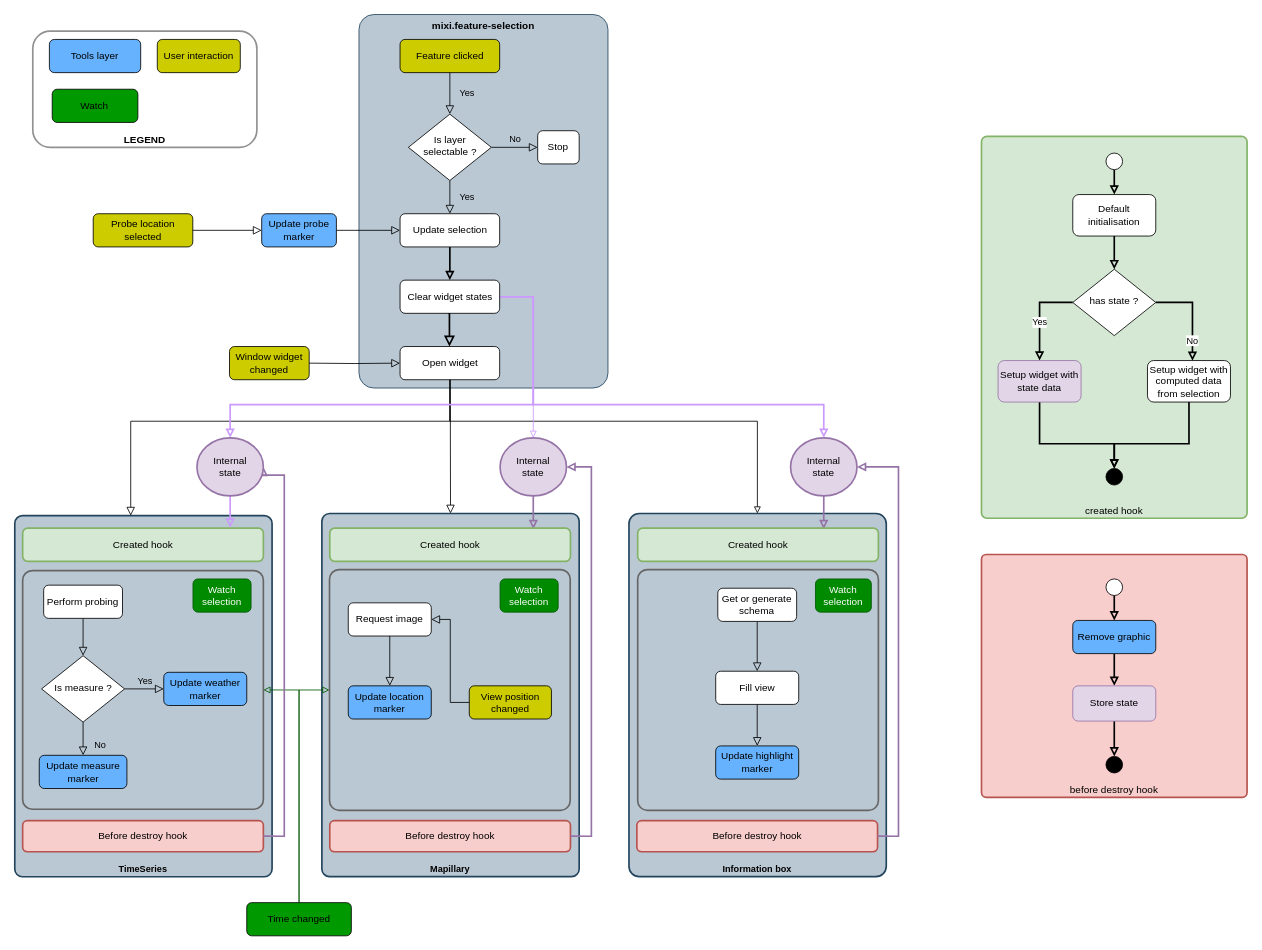
The draw.io diagram page "Version 2" (2 of 2) of docs/assets/Widgets Workflow Diagram.drawio in kalisio/kdk, before the edit. Source tidied: cells renumbered, new cells numbered last; positions are measured from the earlier drawing's top-left corner, leaving out a move shared by most shapes. Both pictures are drawn from the tidied source at 83%, with x=0, y=0 at pixel (14, 14).
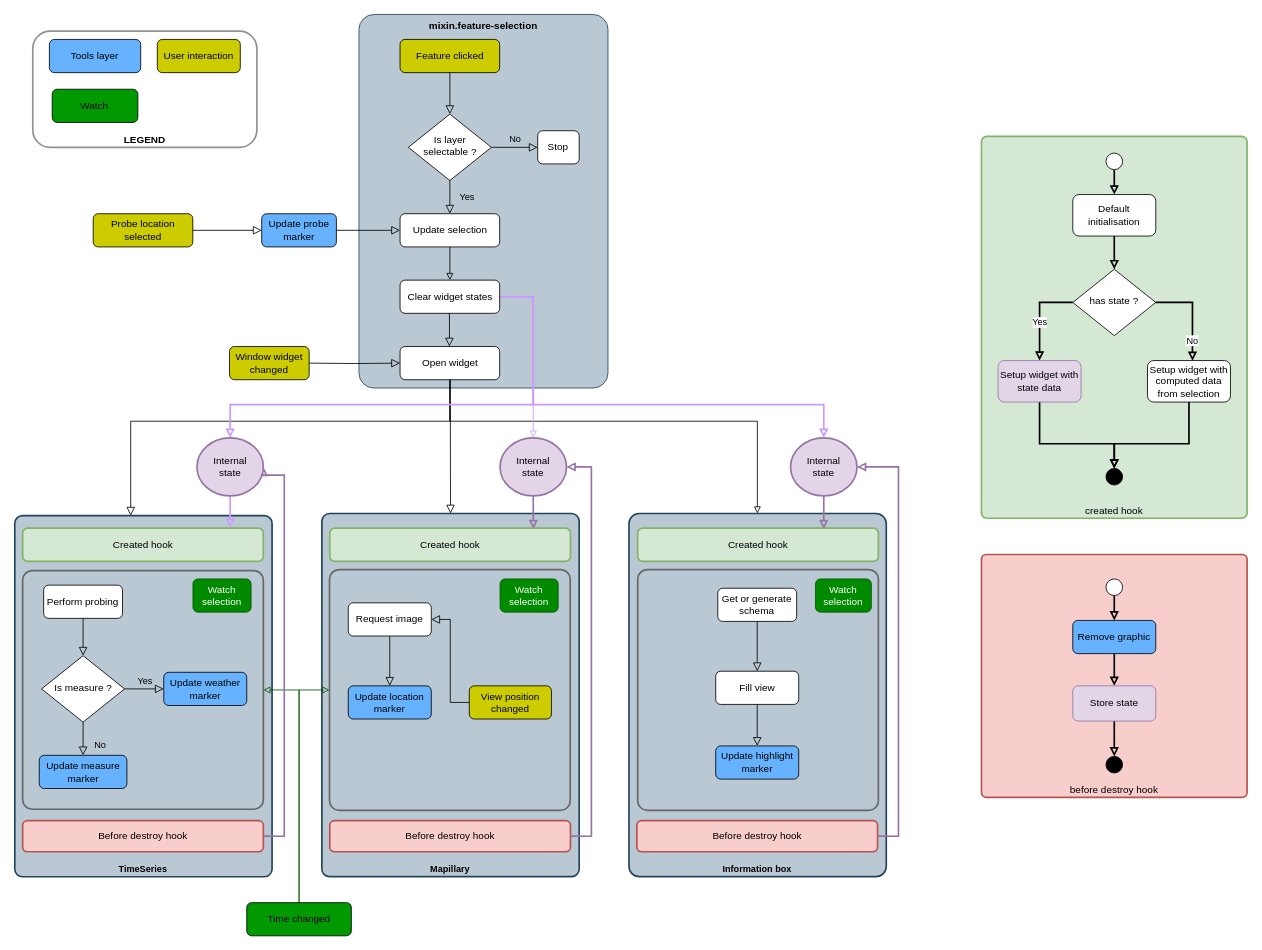
The same page after the edit.

The change refers to these unchanged cells:
```xml
<mxCell id="18" value="Is layer selectable ?" style="rhombus;whiteSpace=wrap;html=1;shadow=0;fontFamily=Helvetica;fontSize=12;align=center;strokeWidth=1;spacing=6;spacingTop=-4;" parent="1" vertex="1">
  <mxGeometry x="474.5" y="120" width="100" height="80" as="geometry" />
</mxCell>
<mxCell id="29" value="Feature clicked" style="rounded=1;whiteSpace=wrap;html=1;fontSize=12;glass=0;strokeWidth=1;shadow=0;fillColor=#CCCC00;" parent="1" vertex="1">
  <mxGeometry x="464.5" y="30" width="120" height="40" as="geometry" />
</mxCell>
<mxCell id="31" value="Update selection" style="rounded=1;whiteSpace=wrap;html=1;fontSize=12;glass=0;strokeWidth=1;shadow=0;" parent="1" vertex="1">
  <mxGeometry x="464.5" y="240" width="120" height="40" as="geometry" />
</mxCell>
<mxCell id="33" value="Open widget" style="rounded=1;whiteSpace=wrap;html=1;fontSize=12;glass=0;strokeWidth=1;shadow=0;" parent="1" vertex="1">
  <mxGeometry x="464.5" y="400" width="120" height="40" as="geometry" />
</mxCell>
<mxCell id="57" value="Clear widget states" style="rounded=1;whiteSpace=wrap;html=1;fontSize=12;glass=0;strokeWidth=1;shadow=0;" parent="1" vertex="1">
  <mxGeometry x="464.5" y="320" width="120" height="40" as="geometry" />
</mxCell>
```

Diff of the diagram source:
```diff
@@
-    <mxCell id="2" value="mixi.feature-selection" style="rounded=1;whiteSpace=wrap;html=1;fillColor=#bac8d3;arcSize=6;verticalAlign=top;fontStyle=1;strokeColor=#23445d;" parent="1" vertex="1">
+    <mxCell id="2" value="mixin.feature-selection" style="rounded=1;whiteSpace=wrap;html=1;fillColor=#bac8d3;arcSize=6;verticalAlign=top;fontStyle=1;strokeColor=#23445d;" parent="1" vertex="1">
       <mxGeometry x="415" width="300" height="450" as="geometry" />
     </mxCell>
@@
-    <mxCell id="30" style="edgeStyle=orthogonalEdgeStyle;rounded=0;jettySize=auto;html=1;entryX=0.5;entryY=0;entryDx=0;entryDy=0;endArrow=block;endFill=0;strokeColor=#000000;strokeWidth=2;" parent="1" edge="1" source="31" target="57">
+    <mxCell id="30" style="edgeStyle=orthogonalEdgeStyle;rounded=0;jettySize=auto;html=1;entryX=0.5;entryY=0;entryDx=0;entryDy=0;endArrow=block;endFill=0;strokeColor=#000000;strokeWidth=1;" parent="1" edge="1" source="31" target="57">
       <mxGeometry relative="1" as="geometry" />
     </mxCell>
@@
-    <mxCell id="46" value="Yes" style="rounded=0;html=1;jettySize=auto;fontSize=11;endArrow=block;endFill=0;endSize=8;strokeWidth=1;shadow=0;labelBackgroundColor=none;edgeStyle=orthogonalEdgeStyle;exitX=0.5;exitY=1;exitDx=0;exitDy=0;" parent="1" edge="1" source="29" target="18">
+    <mxCell id="46" style="rounded=0;html=1;jettySize=auto;fontSize=11;endArrow=block;endFill=0;endSize=8;strokeWidth=1;shadow=0;labelBackgroundColor=none;edgeStyle=orthogonalEdgeStyle;exitX=0.5;exitY=1;exitDx=0;exitDy=0;" parent="1" edge="1" source="29" target="18">
       <mxGeometry y="20" relative="1" as="geometry" />
     </mxCell>
-    <mxCell id="47" style="rounded=0;html=1;jettySize=auto;fontSize=11;endArrow=block;endFill=0;endSize=8;strokeWidth=2;shadow=0;labelBackgroundColor=none;edgeStyle=orthogonalEdgeStyle;exitX=0.479;exitY=0.992;exitDx=0;exitDy=0;exitPerimeter=0;" parent="1" edge="1" source="57" target="33">
+    <mxCell id="47" style="rounded=0;html=1;jettySize=auto;fontSize=11;endArrow=block;endFill=0;endSize=8;strokeWidth=1;shadow=0;labelBackgroundColor=none;edgeStyle=orthogonalEdgeStyle;exitX=0.479;exitY=0.992;exitDx=0;exitDy=0;exitPerimeter=0;" parent="1" edge="1" source="57" target="33">
       <mxGeometry y="20" relative="1" as="geometry">
         <Array as="points">
           <mxPoint x="524" y="360" />
         </Array>
       </mxGeometry>
     </mxCell>
```
